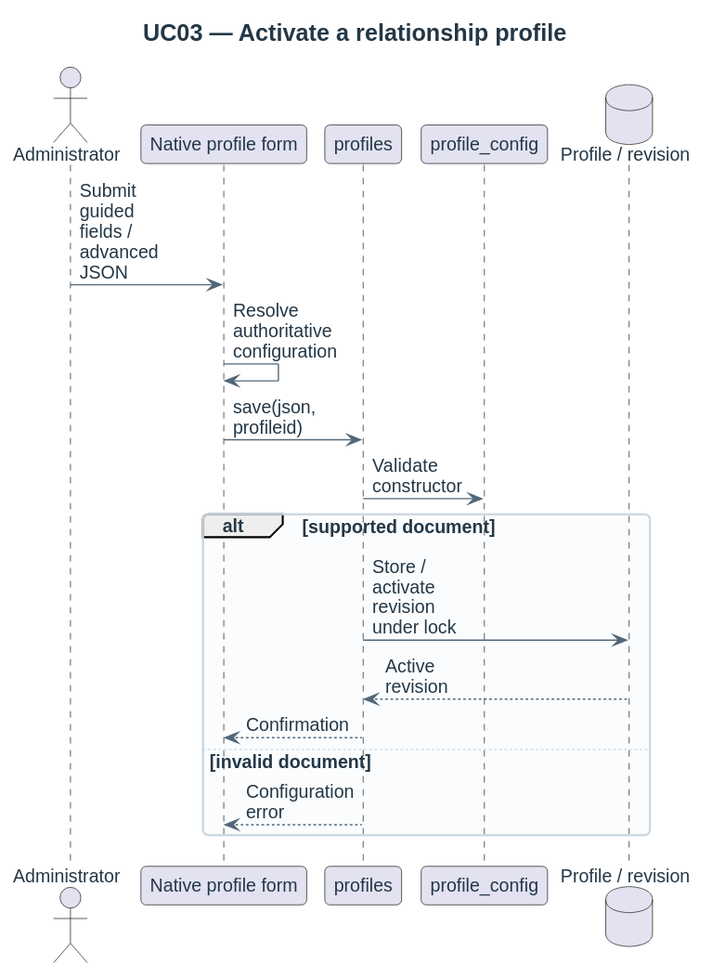
Before: docs/diagrams/design/sequences/uc03-configure-profile.svg, a diagram exported from PlantUML (didactika/moodle-local_coursefiles). Source of this version:
```plantuml
@startuml
!include ../../_style.puml
title UC03 — Activate a relationship profile
actor Administrator
participant "Native profile form" as UI
participant profiles as Profiles
participant profile_config as Rules
database "Profile / revision" as DB
Administrator -> UI : Submit guided fields / advanced JSON
UI -> UI : Resolve authoritative configuration
UI -> Profiles : save(json, profileid)
Profiles -> Rules : Validate constructor
alt supported document
  Profiles -> DB : Store / activate revision under lock
  DB --> Profiles : Active revision
  Profiles --> UI : Confirmation
else invalid document
  Profiles --> UI : Configuration error
end
@enduml
```
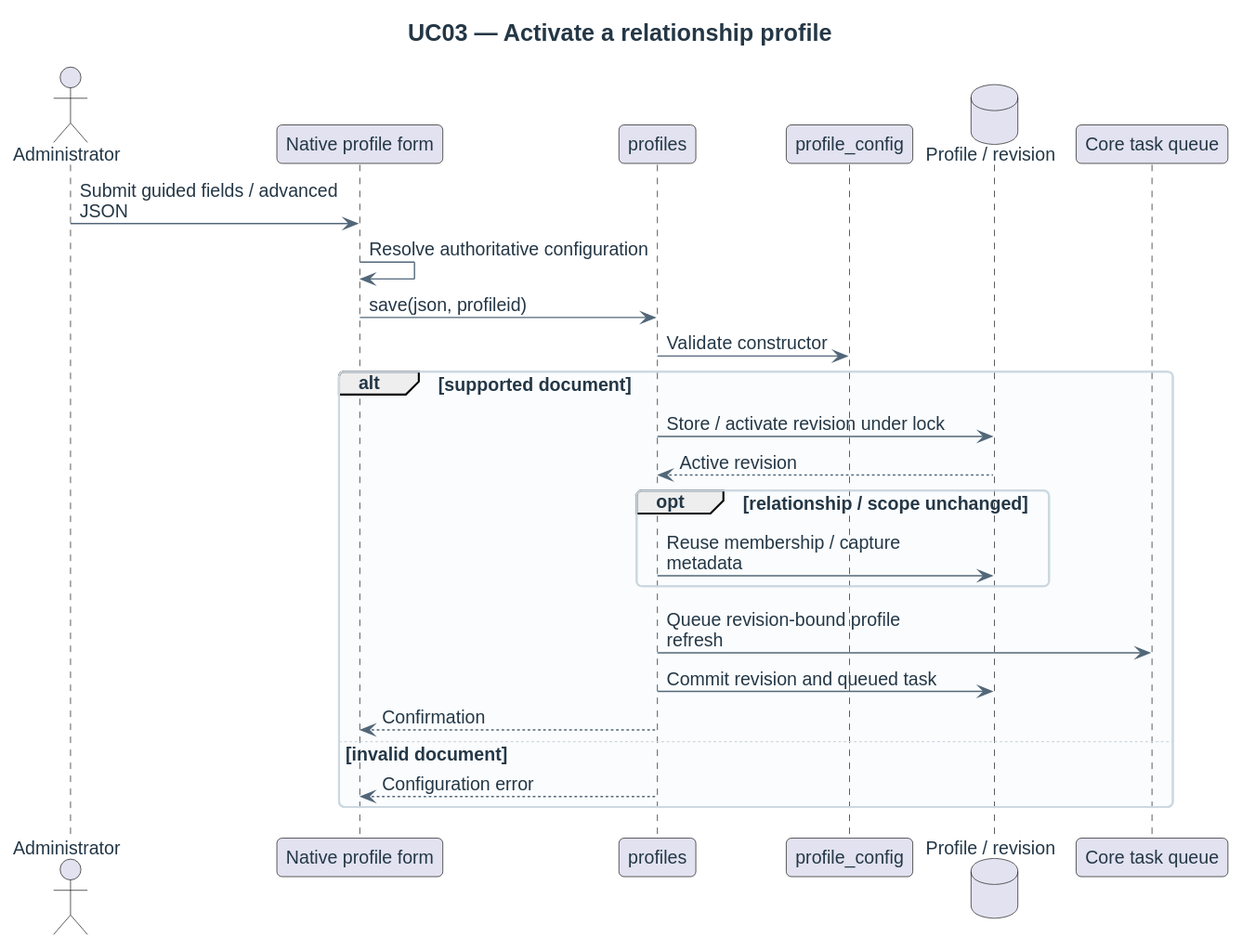
Later version of the same file.

The edit, as a diff of the source:
```diff
@@ -1,11 +1,13 @@
 @startuml
 !include ../../_style.puml
+skinparam maxMessageSize 220
 title UC03 — Activate a relationship profile
 actor Administrator
 participant "Native profile form" as UI
 participant profiles as Profiles
 participant profile_config as Rules
 database "Profile / revision" as DB
+participant "Core task queue" as Queue
 Administrator -> UI : Submit guided fields / advanced JSON
 UI -> UI : Resolve authoritative configuration
 UI -> Profiles : save(json, profileid)
@@ -13,6 +15,11 @@
 alt supported document
   Profiles -> DB : Store / activate revision under lock
   DB --> Profiles : Active revision
+  opt relationship / scope unchanged
+    Profiles -> DB : Reuse membership / capture metadata
+  end
+  Profiles -> Queue : Queue revision-bound profile refresh
+  Profiles -> DB : Commit revision and queued task
   Profiles --> UI : Confirmation
 else invalid document
   Profiles --> UI : Configuration error
```
